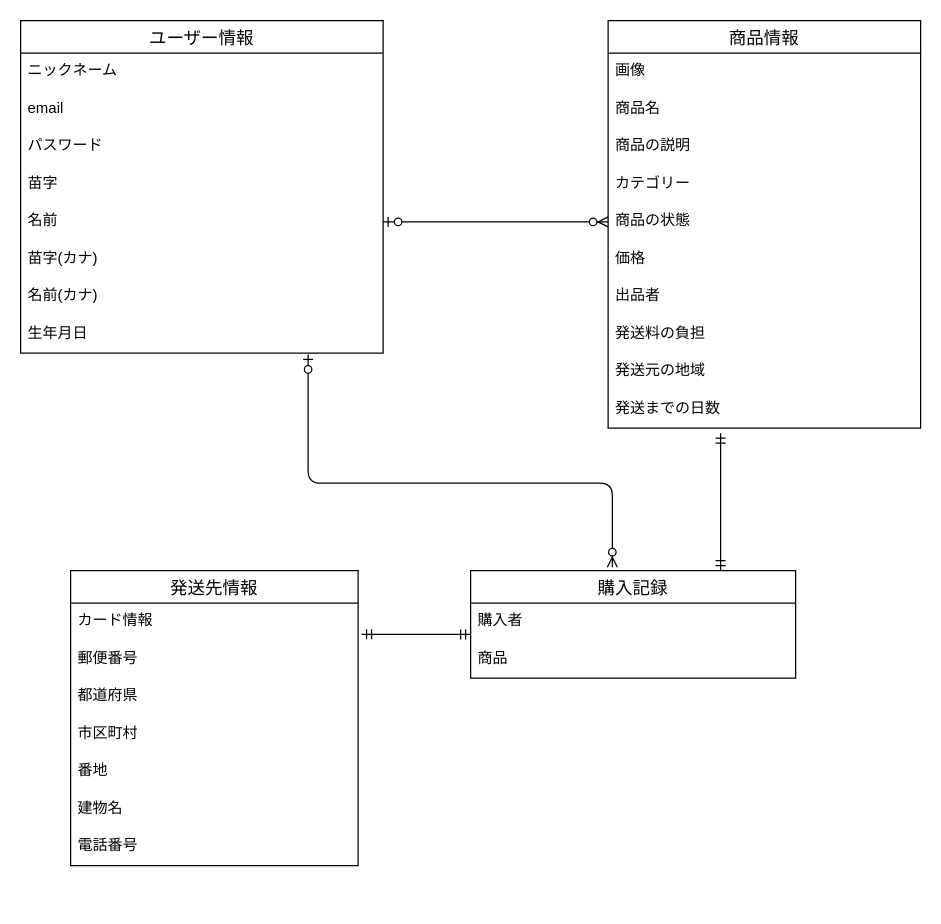
yuyadesu/furima-38092 keeps this draw.io diagram as test.dio. Above is the earlier version. Source tidied: cells renumbered, new cells numbered last; positions are measured from the earlier drawing's top-left corner, leaving out a move shared by most shapes. Both pictures are drawn from the tidied source at 125%, with x=0, y=0 at pixel (20, 20).
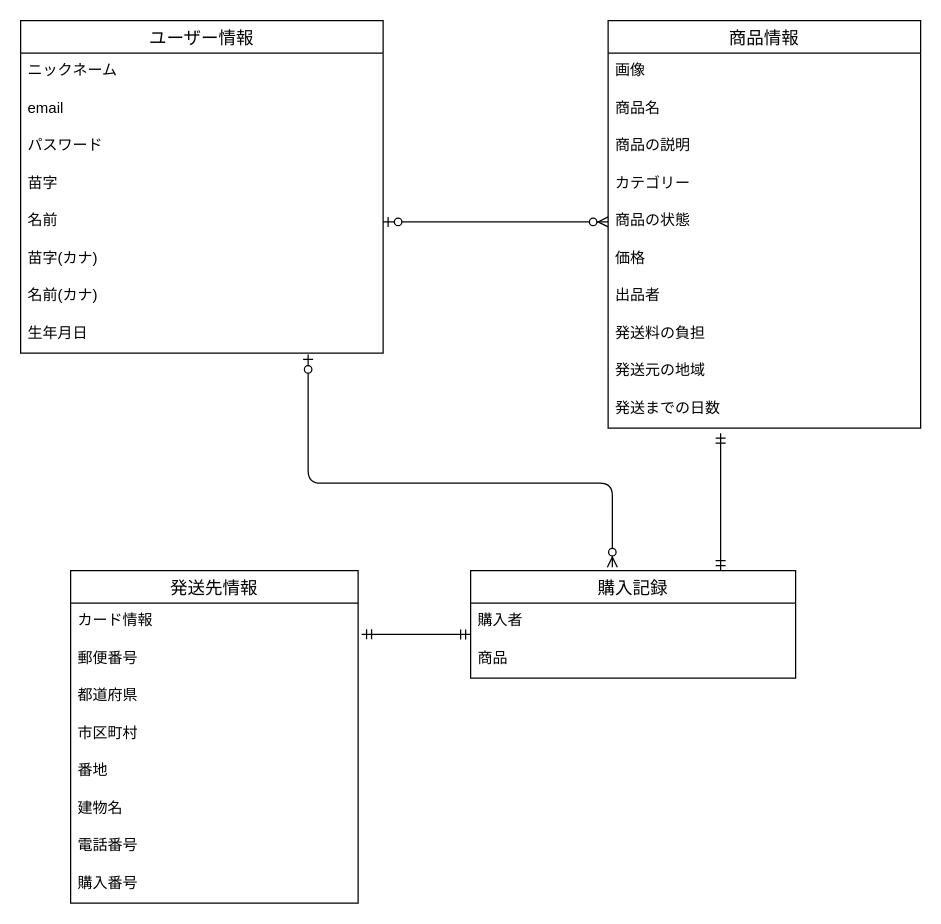
Above is the later version.

Commit message (it also covers changes not shown here):
データベース設計5

What changed in the source:
```diff
@@
     <mxCell id="25" value="発送先情報" style="swimlane;fontStyle=0;horizontal=1;startSize=26;align=center;fontSize=14;" parent="1" vertex="1">
-      <mxGeometry x="40" y="440" width="230" height="236" as="geometry" />
+      <mxGeometry x="40" y="440" width="230" height="266" as="geometry" />
     </mxCell>
@@
+    <mxCell id="37" value="購入番号" style="text;strokeColor=none;fillColor=none;spacingLeft=4;spacingRight=4;overflow=hidden;fontSize=12;" parent="25" vertex="1">
+      <mxGeometry y="236" width="230" height="30" as="geometry" />
+    </mxCell>
```
